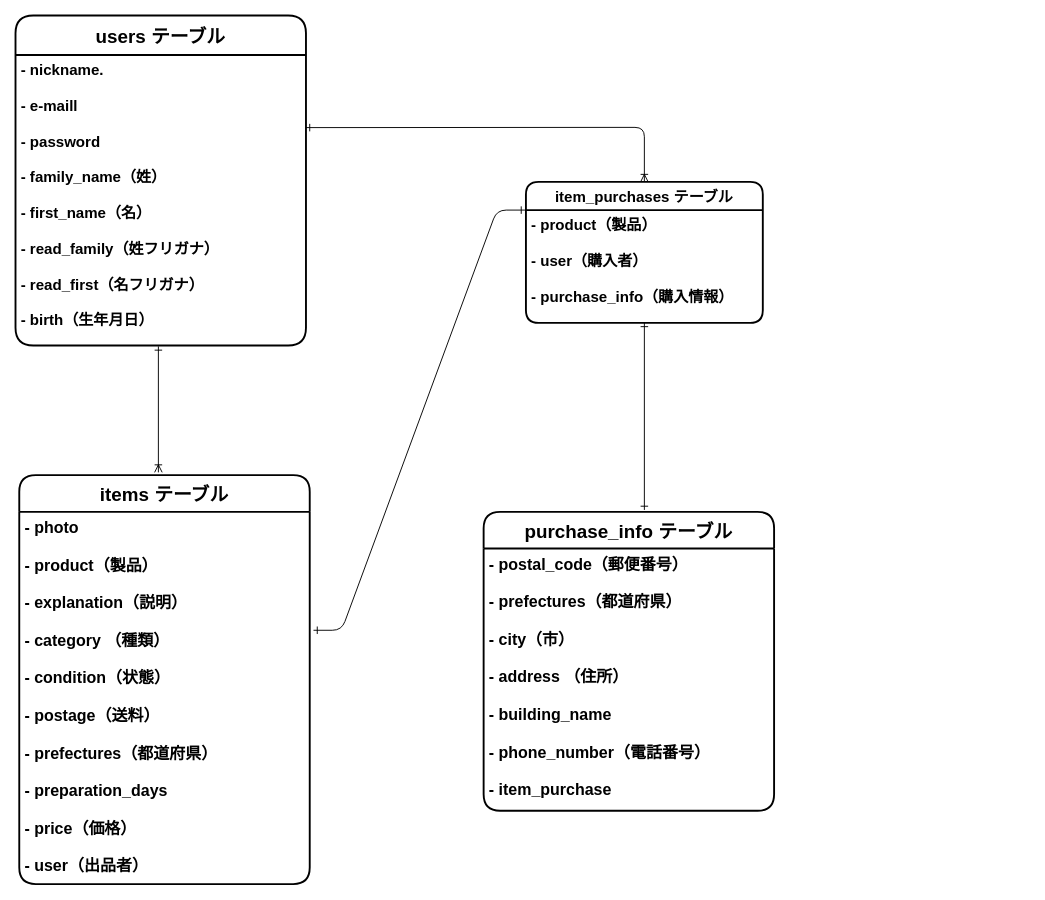
This is furima.dio from kinyasunori/furima-37882, a draw.io file, before an edit. Source tidied: cells renumbered, new cells numbered last; positions are measured from the earlier drawing's top-left corner, leaving out a move shared by most shapes. Both pictures are drawn from the tidied source at 94%, with x=0, y=0 at pixel (15, 15).
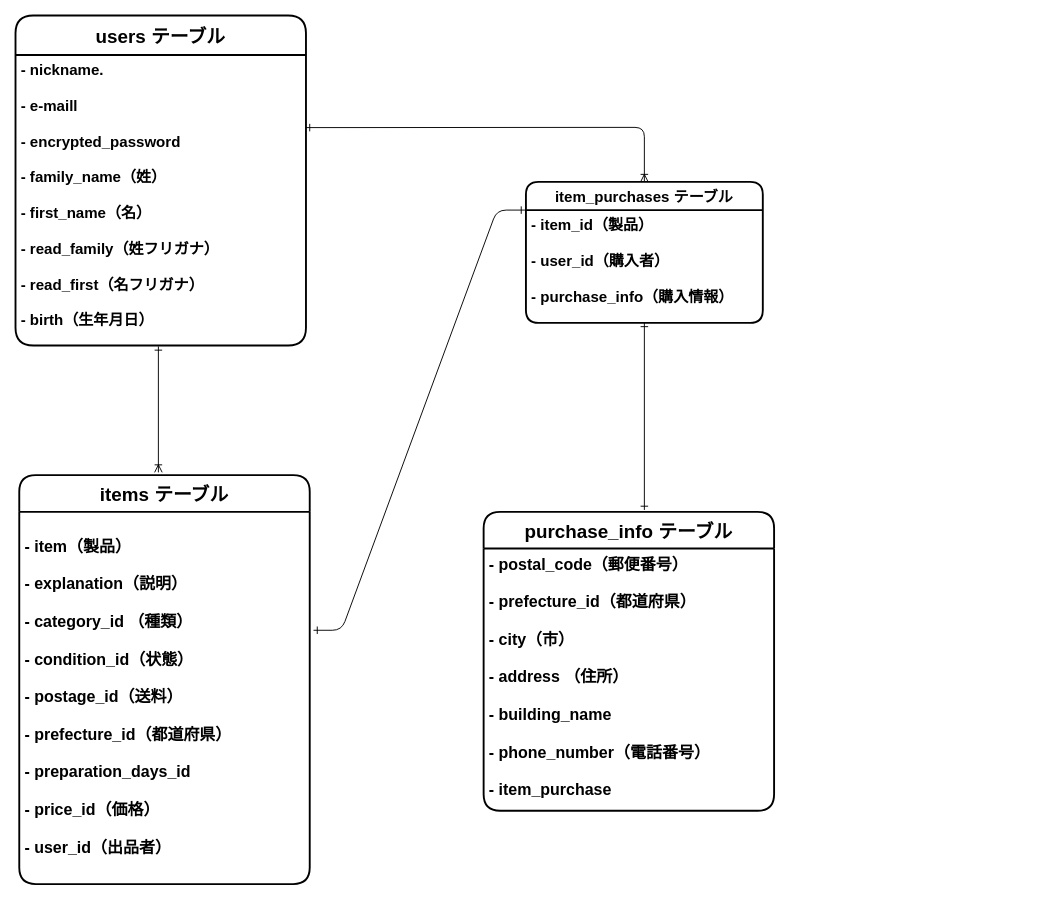
The same diagram, later.

Commit message (it also covers changes not shown here):
データーベース修正

Unchanged cells that the change refers to:
```xml
<mxCell id="2" value="users テーブル" style="swimlane;horizontal=1;startSize=42;rounded=1;fontSize=20;fontStyle=1;strokeWidth=2;shadow=0;dashed=0;align=center;" parent="1" vertex="1">
  <mxGeometry width="309" height="351" as="geometry" />
</mxCell>
<mxCell id="5" value="items テーブル" style="swimlane;horizontal=1;startSize=39;rounded=1;fontSize=20;fontStyle=1;strokeWidth=2;shadow=0;dashed=0;align=center;" parent="1" vertex="1">
  <mxGeometry x="4" y="489" width="309" height="435" as="geometry" />
</mxCell>
<mxCell id="8" value="item_purchases テーブル" style="swimlane;horizontal=1;startSize=30;rounded=1;fontSize=16;fontStyle=1;strokeWidth=2;shadow=0;dashed=0;align=center;swimlaneFillColor=none;strokeColor=default;" parent="1" vertex="1">
  <mxGeometry x="543" y="177" width="252" height="150" as="geometry" />
</mxCell>
<mxCell id="12" value="purchase_info テーブル" style="swimlane;horizontal=1;startSize=39;rounded=1;fontSize=20;fontStyle=1;strokeWidth=2;shadow=0;dashed=0;align=center;" parent="1" vertex="1">
  <mxGeometry x="498" y="528" width="309" height="318" as="geometry" />
</mxCell>
```

Diff of the diagram source:
```diff
@@
-    <mxCell id="4" value="- nickname.                                      &#10;&#10;- e-maill                                              &#10;&#10;- password                                      &#10;&#10;- family_name（姓）                                 &#10;&#10;- first_name（名）                                     &#10;&#10;- read_family（姓フリガナ）                       &#10;&#10;- read_first（名フリガナ）                           &#10;&#10;- birth（生年月日）                                       &#10;&#10;&#10;                  &#10;&#10;" style="align=left;strokeColor=none;fillColor=none;spacingLeft=4;fontSize=16;verticalAlign=top;fontStyle=1;" parent="2" vertex="1">
+    <mxCell id="4" value="- nickname.                                      &#10;&#10;- e-maill                                              &#10;&#10;- encrypted_password                                      &#10;&#10;- family_name（姓）                                 &#10;&#10;- first_name（名）                                     &#10;&#10;- read_family（姓フリガナ）                       &#10;&#10;- read_first（名フリガナ）                           &#10;&#10;- birth（生年月日）                                       &#10;&#10;&#10;                  &#10;&#10;" style="align=left;strokeColor=none;fillColor=none;spacingLeft=4;fontSize=16;verticalAlign=top;fontStyle=1;" parent="2" vertex="1">
       <mxGeometry y="42" width="309" height="309" as="geometry" />
     </mxCell>
@@
-    <mxCell id="7" value="- photo                                                                             &#10;&#10;- product（製品）&#10;&#10;- explanation（説明）                                                                   &#10;&#10;- category （種類）                                                                         &#10;&#10;- condition（状態）  &#10;&#10;- postage（送料）                                                              &#10;&#10;- prefectures（都道府県）                                                               &#10;&#10;- preparation_days                                                               &#10;&#10;- price（価格）                                        &#10;&#10;- user（出品者）                                      &#10;                                                     &#10;                                          &#10;                                                          &#10;                                    &#10;                                                          &#10;                                     &#10;                                                        &#10;                  &#10;&#10;" style="align=left;strokeColor=none;fillColor=none;spacingLeft=4;fontSize=17;verticalAlign=top;fontStyle=1;" parent="5" vertex="1">
+    <mxCell id="7" value="                                                                             &#10;- item（製品）&#10;&#10;- explanation（説明）                                                                   &#10;&#10;- category_id （種類）                                                                         &#10;&#10;- condition_id（状態）  &#10;&#10;- postage_id（送料）                                                              &#10;&#10;- prefecture_id（都道府県）                                                               &#10;&#10;- preparation_days_id                                                               &#10;&#10;- price_id（価格）                                        &#10;&#10;- user_id（出品者）                                      &#10;                                                     &#10;                                          &#10;                                                          &#10;                                    &#10;                                                          &#10;                                     &#10;                                                        &#10;                  &#10;&#10;" style="align=left;strokeColor=none;fillColor=none;spacingLeft=4;fontSize=17;verticalAlign=top;fontStyle=1;" parent="5" vertex="1">
       <mxGeometry y="39" width="309" height="396" as="geometry" />
     </mxCell>
@@
-    <mxCell id="9" value="- product（製品）&#10;&#10;- user（購入者）&#10;&#10;- purchase_info（購入情報）" style="align=left;strokeColor=none;fillColor=none;spacingLeft=4;fontSize=16;verticalAlign=top;fontStyle=1;" parent="8" vertex="1">
+    <mxCell id="9" value="- item_id（製品）&#10;&#10;- user_id（購入者）&#10;&#10;- purchase_info（購入情報）" style="align=left;strokeColor=none;fillColor=none;spacingLeft=4;fontSize=16;verticalAlign=top;fontStyle=1;" parent="8" vertex="1">
       <mxGeometry y="30" width="252" height="120" as="geometry" />
     </mxCell>
@@
-    <mxCell id="14" value="- postal_code（郵便番号）                                                                             &#10;&#10;- prefectures（都道府県）&#10;                                                                             &#10;- city（市）                                                                   &#10;&#10;- address （住所）                                                                         &#10;&#10;- building_name                                                                              &#10;&#10;- phone_number（電話番号）                                                              &#10;&#10;- item_purchase                                                               &#10;&#10;                                                              &#10;&#10;                                       &#10;&#10;                                     &#10;                                                     &#10;                                          &#10;                                                          &#10;                                    &#10;                                                          &#10;                                     &#10;                                                        &#10;                  &#10;&#10;" style="align=left;strokeColor=none;fillColor=none;spacingLeft=4;fontSize=17;verticalAlign=top;fontStyle=1;" parent="12" vertex="1">
+    <mxCell id="14" value="- postal_code（郵便番号）                                                                             &#10;&#10;- prefecture_id（都道府県）&#10;                                                                             &#10;- city（市）                                                                   &#10;&#10;- address （住所）                                                                         &#10;&#10;- building_name                                                                              &#10;&#10;- phone_number（電話番号）                                                              &#10;&#10;- item_purchase                                                               &#10;&#10;                                                              &#10;&#10;                                       &#10;&#10;                                     &#10;                                                     &#10;                                          &#10;                                                          &#10;                                    &#10;                                                          &#10;                                     &#10;                                                        &#10;                  &#10;&#10;" style="align=left;strokeColor=none;fillColor=none;spacingLeft=4;fontSize=17;verticalAlign=top;fontStyle=1;" parent="12" vertex="1">
       <mxGeometry y="39" width="309" height="279" as="geometry" />
     </mxCell>
```
